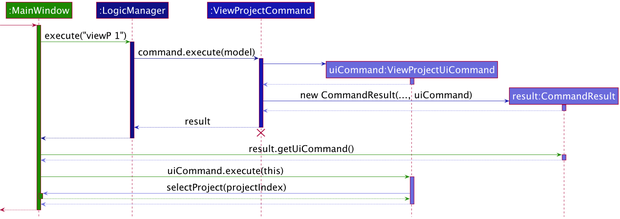
This is docs/images/ViewProjectCommandSequenceDiagram.png from nus-cs2103-AY2021S2/tp, a PlantUML export, as it was before one commit.
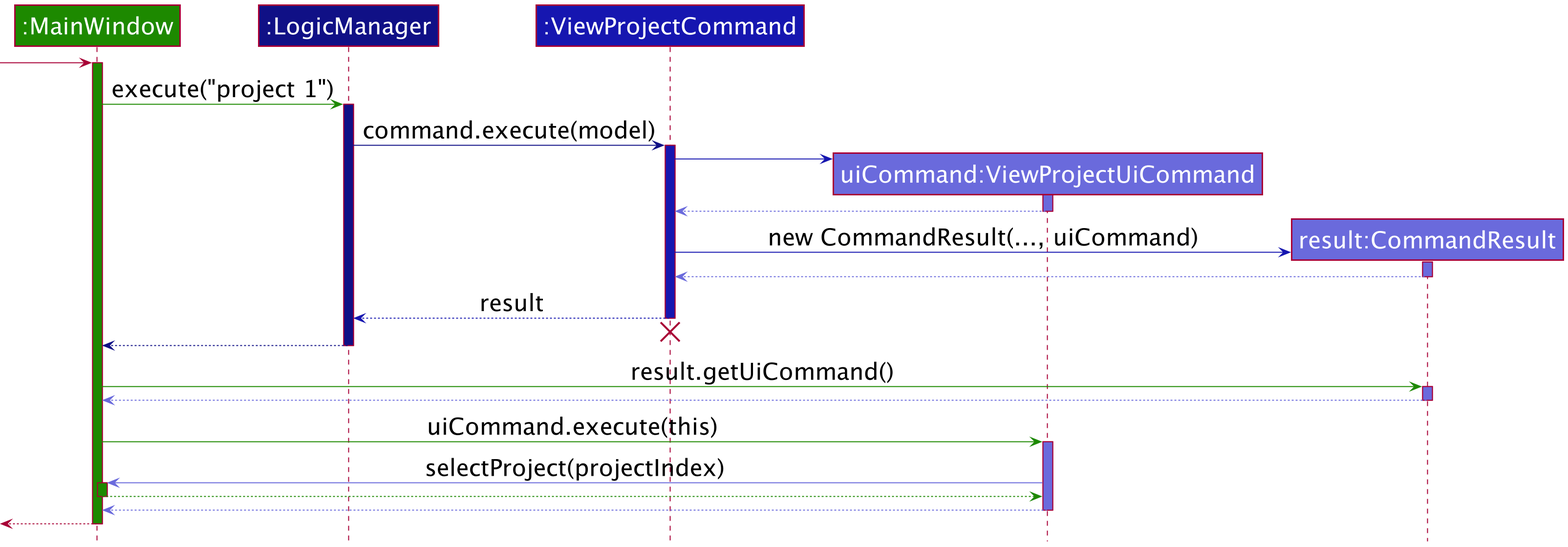
The same diagram one commit later.

Diff of the diagram source:
```diff
@@ -12,7 +12,7 @@
 -> mainWindow
 activate mainWindow UI_COLOR
 
-mainWindow -[UI_COLOR]> logic : execute("viewP 1")
+mainWindow -[UI_COLOR]> logic : execute("project 1")
 activate logic LOGIC_COLOR_T4
 
 logic -[LOGIC_COLOR_T4]> command : command.execute(model)
```
